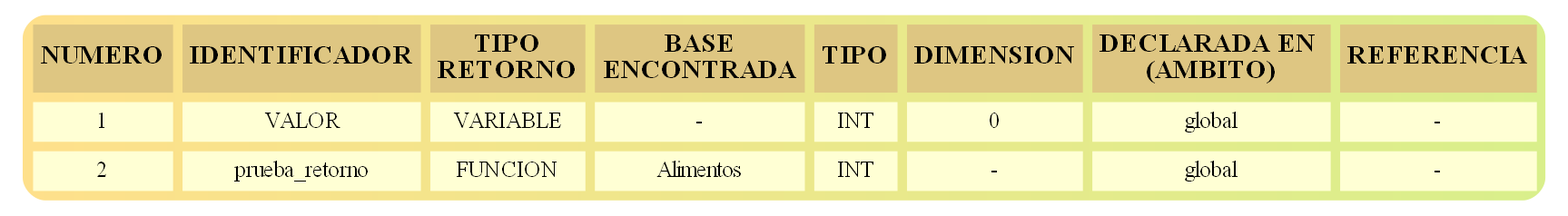
This is REPORTES/TABLA/Query1.png from Eduardo1232000/OLC2-Proyecto1-3013805890101-2253625030901, a Graphviz export, as it was before one commit. Its source is kept beside it as REPORTES/TABLA/Query1.dot.
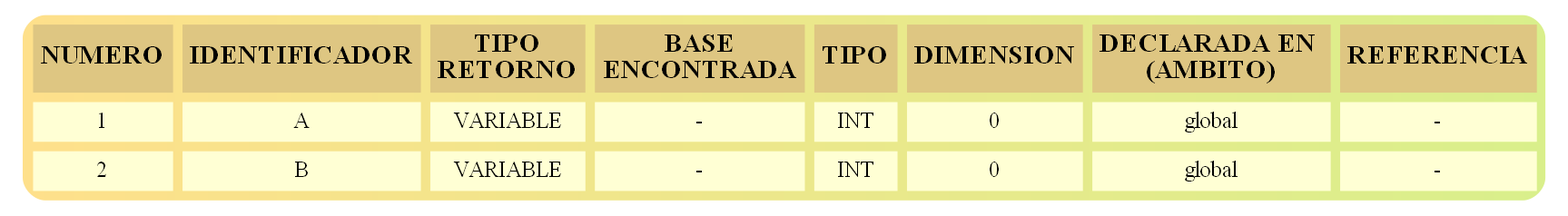
Above is the later version.

Change to the diagram source:
```diff
@@ -14,7 +14,7 @@
 </TR>
 <TR>
 <TD  colspan="1" bgcolor="#ffffd4"><FONT POINT-SIZE="12">1</FONT></TD>
-<TD  colspan="1" bgcolor="#ffffd4"><FONT POINT-SIZE="12">VALOR</FONT></TD>
+<TD  colspan="1" bgcolor="#ffffd4"><FONT POINT-SIZE="12">A</FONT></TD>
 <TD  colspan="1" bgcolor="#ffffd4"><FONT POINT-SIZE="12">VARIABLE</FONT></TD>
 <TD  colspan="1" bgcolor="#ffffd4"><FONT POINT-SIZE="12">-</FONT></TD>
 <TD  colspan="1" bgcolor="#ffffd4"><FONT POINT-SIZE="12">INT</FONT></TD>
@@ -24,11 +24,11 @@
 </TR>
 <TR>
 <TD  colspan="1" bgcolor="#ffffd4"><FONT POINT-SIZE="12">2</FONT></TD>
-<TD  colspan="1" bgcolor="#ffffd4"><FONT POINT-SIZE="12">prueba_retorno</FONT></TD>
-<TD  colspan="1" bgcolor="#ffffd4"><FONT POINT-SIZE="12">FUNCION</FONT></TD>
-<TD  colspan="1" bgcolor="#ffffd4"><FONT POINT-SIZE="12">Alimentos</FONT></TD>
+<TD  colspan="1" bgcolor="#ffffd4"><FONT POINT-SIZE="12">B</FONT></TD>
+<TD  colspan="1" bgcolor="#ffffd4"><FONT POINT-SIZE="12">VARIABLE</FONT></TD>
+<TD  colspan="1" bgcolor="#ffffd4"><FONT POINT-SIZE="12">-</FONT></TD>
 <TD  colspan="1" bgcolor="#ffffd4"><FONT POINT-SIZE="12">INT</FONT></TD>
-<TD  colspan="1" bgcolor="#ffffd4"><FONT POINT-SIZE="12">-</FONT></TD>
+<TD  colspan="1" bgcolor="#ffffd4"><FONT POINT-SIZE="12">0</FONT></TD>
 <TD  colspan="1" bgcolor="#ffffd4"><FONT POINT-SIZE="12">global</FONT></TD>
 <TD  colspan="1" bgcolor="#ffffd4"><FONT POINT-SIZE="12">-</FONT></TD>
 </TR>
```
